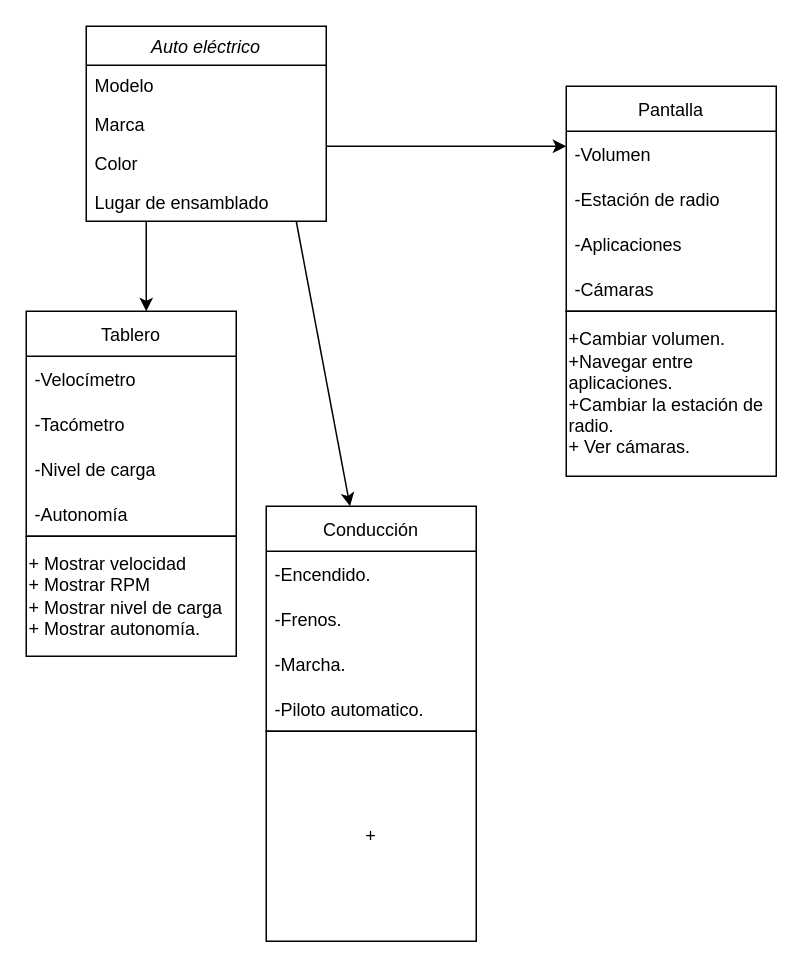
manuelRestrep0/reto_3 keeps this draw.io diagram as Reto_3_JUANMANUELRESTREPO.drawio. Above is the earlier version. Source tidied: cells renumbered, new cells numbered last; positions are measured from the earlier drawing's top-left corner, leaving out a move shared by most shapes. Both pictures are drawn from the tidied source at 150%, with x=0, y=0 at pixel (26, 26).
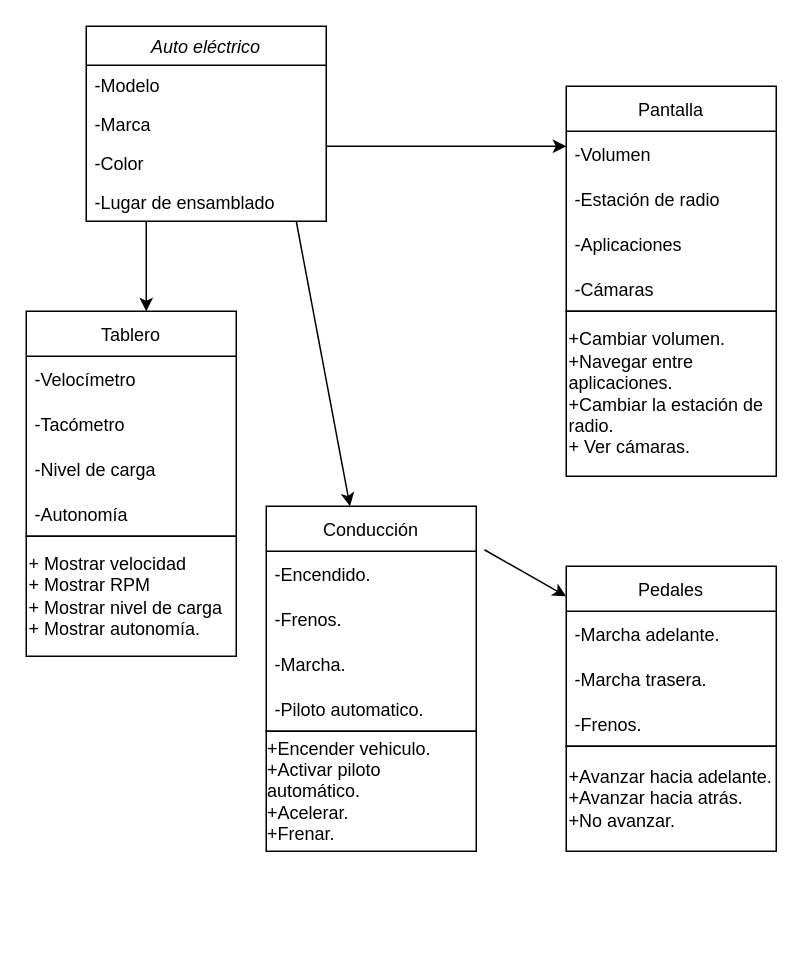
The same page after the edit.

Unchanged cells that the change refers to:
```xml
<mxCell id="2" value="Auto eléctrico" style="swimlane;fontStyle=2;align=center;verticalAlign=top;horizontal=1;startSize=26;rounded=0;shadow=0;strokeWidth=1;" parent="1" vertex="1">
  <mxGeometry x="40" width="160" height="130" as="geometry" />
</mxCell>
<mxCell id="23" value="-Encendido." style="text;strokeColor=none;fillColor=none;align=left;verticalAlign=middle;spacingLeft=4;spacingRight=4;overflow=hidden;points=[[0,0.5],[1,0.5]];portConstraint=eastwest;" parent="22" vertex="1">
  <mxGeometry y="30" width="140" height="30" as="geometry" />
</mxCell>
```

What changed in the source:
```diff
@@
-    <mxCell id="3" value="Modelo" style="text;align=left;verticalAlign=top;spacingLeft=4;spacingRight=4;overflow=hidden;" parent="2" vertex="1">
+    <mxCell id="3" value="-Modelo" style="text;align=left;verticalAlign=top;spacingLeft=4;spacingRight=4;overflow=hidden;" parent="2" vertex="1">
       <mxGeometry y="26" width="160" height="26" as="geometry" />
     </mxCell>
-    <mxCell id="4" value="Marca" style="text;align=left;verticalAlign=top;spacingLeft=4;spacingRight=4;overflow=hidden;rounded=0;shadow=0;html=0;" parent="2" vertex="1">
+    <mxCell id="4" value="-Marca" style="text;align=left;verticalAlign=top;spacingLeft=4;spacingRight=4;overflow=hidden;rounded=0;shadow=0;html=0;" parent="2" vertex="1">
       <mxGeometry y="52" width="160" height="26" as="geometry" />
     </mxCell>
-    <mxCell id="5" value="Color" style="text;align=left;verticalAlign=top;spacingLeft=4;spacingRight=4;overflow=hidden;rounded=0;shadow=0;html=0;" parent="2" vertex="1">
+    <mxCell id="5" value="-Color" style="text;align=left;verticalAlign=top;spacingLeft=4;spacingRight=4;overflow=hidden;rounded=0;shadow=0;html=0;" parent="2" vertex="1">
       <mxGeometry y="78" width="160" height="26" as="geometry" />
     </mxCell>
@@
-    <mxCell id="20" value="Lugar de ensamblado" style="text;align=left;verticalAlign=top;spacingLeft=4;spacingRight=4;overflow=hidden;rounded=0;shadow=0;html=0;" parent="1" vertex="1">
+    <mxCell id="20" value="-Lugar de ensamblado" style="text;align=left;verticalAlign=top;spacingLeft=4;spacingRight=4;overflow=hidden;rounded=0;shadow=0;html=0;" parent="1" vertex="1">
       <mxGeometry x="40" y="104" width="160" height="26" as="geometry" />
     </mxCell>
@@
-    <mxCell id="27" value="+&lt;div style=&quot;text-align: justify&quot;&gt;&lt;/div&gt;" style="rounded=0;whiteSpace=wrap;html=1;" parent="1" vertex="1">
-      <mxGeometry x="160" y="470" width="140" height="140" as="geometry" />
+    <mxCell id="27" value="&lt;div style=&quot;text-align: left&quot;&gt;+Encender vehiculo.&lt;/div&gt;&lt;div style=&quot;text-align: left&quot;&gt;+Activar piloto automático.&lt;/div&gt;&lt;div style=&quot;text-align: left&quot;&gt;+Acelerar.&lt;/div&gt;&lt;div style=&quot;text-align: left&quot;&gt;+Frenar.&lt;/div&gt;&lt;div style=&quot;text-align: justify&quot;&gt;&lt;/div&gt;" style="rounded=0;whiteSpace=wrap;html=1;" parent="1" vertex="1">
+      <mxGeometry x="160" y="470" width="140" height="80" as="geometry" />
     </mxCell>
+    <mxCell id="28" style="endArrow=classic;html=1;rounded=0;exitX=1.039;exitY=-0.033;exitDx=0;exitDy=0;exitPerimeter=0;" parent="1" edge="1" source="23" target="29">
+      <mxGeometry relative="1" as="geometry" />
+    </mxCell>
+    <mxCell id="29" value="Pedales" style="swimlane;fontStyle=0;horizontal=1;startSize=30;" parent="1" vertex="1">
+      <mxGeometry x="360" y="360" width="140" height="120" as="geometry" />
+    </mxCell>
+    <mxCell id="30" value="-Marcha adelante." style="text;strokeColor=none;fillColor=none;align=left;verticalAlign=middle;spacingLeft=4;spacingRight=4;overflow=hidden;" parent="29" vertex="1">
+      <mxGeometry y="30" width="140" height="30" as="geometry" />
+    </mxCell>
+    <mxCell id="31" value="-Marcha trasera." style="text;strokeColor=none;fillColor=none;align=left;verticalAlign=middle;spacingLeft=4;spacingRight=4;overflow=hidden;" parent="29" vertex="1">
+      <mxGeometry y="60" width="140" height="30" as="geometry" />
+    </mxCell>
+    <mxCell id="32" value="-Frenos." style="text;strokeColor=none;fillColor=none;align=left;verticalAlign=middle;spacingLeft=4;spacingRight=4;overflow=hidden;" parent="29" vertex="1">
+      <mxGeometry y="90" width="140" height="30" as="geometry" />
+    </mxCell>
+    <mxCell id="33" value="+Avanzar hacia adelante.&lt;br&gt;+Avanzar hacia atrás.&lt;br&gt;+No avanzar." style="rounded=0;whiteSpace=wrap;html=1;align=left;" parent="1" vertex="1">
+      <mxGeometry x="360" y="480" width="140" height="70" as="geometry" />
+    </mxCell>
```
